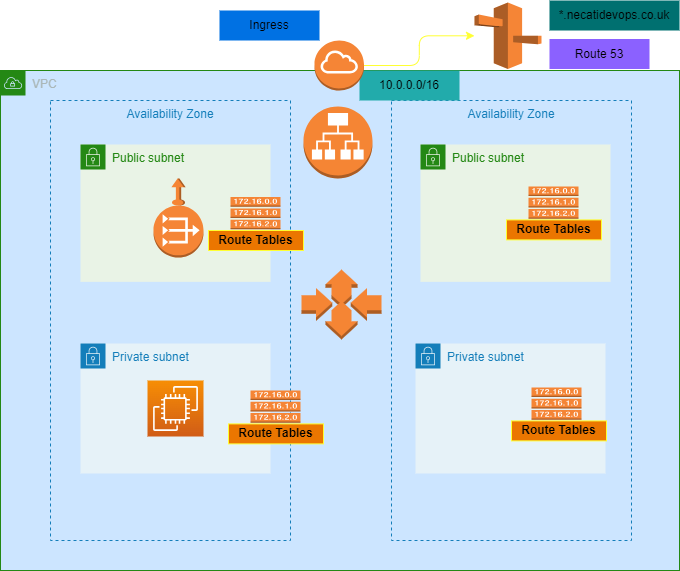
Before: eks-infra.png, a diagram exported from draw.io (Nec2005/whoami-app-deploy-cicd). Source tidied: cells renumbered, new cells last; positions are measured from the earlier drawing's top-left corner, leaving out a move shared by most shapes. Source of this version:
```xml
<mxGraphModel>
  <root>
    <mxCell id="0" />
    <mxCell id="1" parent="0" />
    <mxCell id="2" value="VPC" style="gradientColor=none;html=1;whiteSpace=wrap;fontSize=12;fontStyle=0;shape=mxgraph.aws4.group;grIcon=mxgraph.aws4.group_vpc;strokeColor=#248814;fillColor=#CCE5FF;verticalAlign=top;align=left;spacingLeft=30;fontColor=#AAB7B8;dashed=0;" parent="1" vertex="1">
      <mxGeometry y="70" width="679" height="500" as="geometry" />
    </mxCell>
    <mxCell id="3" value="Availability Zone" style="fillColor=none;strokeColor=#147EBA;dashed=1;verticalAlign=top;fontStyle=0;fontColor=#147EBA;" parent="2" vertex="1">
      <mxGeometry x="391" y="30" width="240" height="440" as="geometry" />
    </mxCell>
    <mxCell id="4" value="Public subnet" style="gradientColor=none;html=1;whiteSpace=wrap;fontSize=12;fontStyle=0;shape=mxgraph.aws4.group;grIcon=mxgraph.aws4.group_security_group;grStroke=0;strokeColor=#248814;fillColor=#E9F3E6;verticalAlign=top;align=left;spacingLeft=30;fontColor=#248814;dashed=0;" parent="2" vertex="1">
      <mxGeometry x="420" y="74" width="190" height="137.4" as="geometry" />
    </mxCell>
    <mxCell id="5" value="Private subnet" style="gradientColor=none;html=1;whiteSpace=wrap;fontSize=12;fontStyle=0;shape=mxgraph.aws4.group;grIcon=mxgraph.aws4.group_security_group;grStroke=0;strokeColor=#147EBA;fillColor=#E6F2F8;verticalAlign=top;align=left;spacingLeft=30;fontColor=#147EBA;dashed=0;" parent="2" vertex="1">
      <mxGeometry x="415" y="273" width="190" height="130" as="geometry" />
    </mxCell>
    <mxCell id="6" style="group;" parent="2" vertex="1">
      <mxGeometry x="506" y="116" width="95" height="53.4" as="geometry" />
    </mxCell>
    <mxCell id="7" style="dashed=0;verticalLabelPosition=bottom;verticalAlign=top;align=center;html=1;shape=mxgraph.aws3.route_table;fillColor=#F58536;gradientColor=none;" parent="6" vertex="1">
      <mxGeometry x="22" width="50" height="32.2" as="geometry" />
    </mxCell>
    <mxCell id="8" value="&lt;b&gt;Route Tables&lt;/b&gt;" style="text;strokeColor=#FFFF33;align=center;fillColor=#EB7600;html=1;verticalAlign=middle;whiteSpace=wrap;rounded=0;" parent="6" vertex="1">
      <mxGeometry y="33.4" width="95" height="20" as="geometry" />
    </mxCell>
    <mxCell id="9" style="group;" parent="2" vertex="1">
      <mxGeometry x="511" y="317" width="95" height="53.4" as="geometry" />
    </mxCell>
    <mxCell id="10" style="dashed=0;verticalLabelPosition=bottom;verticalAlign=top;align=center;html=1;shape=mxgraph.aws3.route_table;fillColor=#F58536;gradientColor=none;" parent="9" vertex="1">
      <mxGeometry x="20" width="50" height="32.2" as="geometry" />
    </mxCell>
    <mxCell id="11" value="&lt;b&gt;Route Tables&lt;/b&gt;" style="text;strokeColor=#FFFF33;align=center;fillColor=#EB7600;html=1;verticalAlign=middle;whiteSpace=wrap;rounded=0;" parent="9" vertex="1">
      <mxGeometry y="33.4" width="95" height="20" as="geometry" />
    </mxCell>
    <mxCell id="12" value="10.0.0.0/16" style="text;strokeColor=none;align=center;fillColor=#22ABAB;html=1;verticalAlign=middle;whiteSpace=wrap;rounded=0;" parent="2" vertex="1">
      <mxGeometry x="359" width="100" height="30" as="geometry" />
    </mxCell>
    <mxCell id="13" value="Availability Zone" style="fillColor=none;strokeColor=#147EBA;dashed=1;verticalAlign=top;fontStyle=0;fontColor=#147EBA;" parent="2" vertex="1">
      <mxGeometry x="50" y="30" width="240" height="440" as="geometry" />
    </mxCell>
    <mxCell id="14" value="Public subnet" style="gradientColor=none;html=1;whiteSpace=wrap;fontSize=12;fontStyle=0;shape=mxgraph.aws4.group;grIcon=mxgraph.aws4.group_security_group;grStroke=0;strokeColor=#248814;fillColor=#E9F3E6;verticalAlign=top;align=left;spacingLeft=30;fontColor=#248814;dashed=0;" parent="2" vertex="1">
      <mxGeometry x="80" y="74" width="190" height="137.4" as="geometry" />
    </mxCell>
    <mxCell id="15" value="Private subnet" style="gradientColor=none;html=1;whiteSpace=wrap;fontSize=12;fontStyle=0;shape=mxgraph.aws4.group;grIcon=mxgraph.aws4.group_security_group;grStroke=0;strokeColor=#147EBA;fillColor=#E6F2F8;verticalAlign=top;align=left;spacingLeft=30;fontColor=#147EBA;dashed=0;" parent="2" vertex="1">
      <mxGeometry x="80" y="273" width="190" height="130" as="geometry" />
    </mxCell>
    <mxCell id="16" style="sketch=0;fontColor=#232F3E;gradientColor=#F78E04;gradientDirection=north;fillColor=#D05C17;strokeColor=#ffffff;dashed=0;verticalLabelPosition=bottom;verticalAlign=top;align=center;html=1;fontSize=12;fontStyle=0;shape=mxgraph.aws4.resourceIcon;resIcon=mxgraph.aws4.ec2;" parent="2" vertex="1">
      <mxGeometry x="147" y="310" width="56" height="56" as="geometry" />
    </mxCell>
    <mxCell id="17" style="dashed=0;verticalLabelPosition=bottom;verticalAlign=top;align=center;html=1;shape=mxgraph.aws3.vpc_nat_gateway;fillColor=#F58536;gradientColor=none;" parent="2" vertex="1">
      <mxGeometry x="153" y="135" width="50" height="52" as="geometry" />
    </mxCell>
    <mxCell id="18" style="dashed=0;verticalLabelPosition=bottom;verticalAlign=top;align=center;html=1;shape=mxgraph.aws3.elastic_ip;fillColor=#F58534;gradientColor=none;direction=north;" parent="2" vertex="1">
      <mxGeometry x="170.9" y="107.9" width="14.2" height="27.1" as="geometry" />
    </mxCell>
    <mxCell id="19" style="group;" parent="2" vertex="1">
      <mxGeometry x="208" y="126.6" width="95" height="53.4" as="geometry" />
    </mxCell>
    <mxCell id="20" style="dashed=0;verticalLabelPosition=bottom;verticalAlign=top;align=center;html=1;shape=mxgraph.aws3.route_table;fillColor=#F58536;gradientColor=none;" parent="19" vertex="1">
      <mxGeometry x="22" width="50" height="32.2" as="geometry" />
    </mxCell>
    <mxCell id="21" value="&lt;b&gt;Route Tables&lt;/b&gt;" style="text;strokeColor=#FFFF33;align=center;fillColor=#EB7600;html=1;verticalAlign=middle;whiteSpace=wrap;rounded=0;" parent="19" vertex="1">
      <mxGeometry y="33.4" width="95" height="20" as="geometry" />
    </mxCell>
    <mxCell id="22" style="group;" parent="2" vertex="1">
      <mxGeometry x="228" y="320" width="95" height="53.4" as="geometry" />
    </mxCell>
    <mxCell id="23" style="dashed=0;verticalLabelPosition=bottom;verticalAlign=top;align=center;html=1;shape=mxgraph.aws3.route_table;fillColor=#F58536;gradientColor=none;" parent="22" vertex="1">
      <mxGeometry x="22" width="50" height="32.2" as="geometry" />
    </mxCell>
    <mxCell id="24" value="&lt;b&gt;Route Tables&lt;/b&gt;" style="text;strokeColor=#FFFF33;align=center;fillColor=#EB7600;html=1;verticalAlign=middle;whiteSpace=wrap;rounded=0;" parent="22" vertex="1">
      <mxGeometry y="33.4" width="95" height="20" as="geometry" />
    </mxCell>
    <mxCell id="25" style="dashed=0;verticalLabelPosition=bottom;verticalAlign=top;align=center;html=1;shape=mxgraph.aws3.auto_scaling;fillColor=#F58534;gradientColor=none;" parent="2" vertex="1">
      <mxGeometry x="301" y="199" width="80" height="70" as="geometry" />
    </mxCell>
    <mxCell id="26" style="dashed=0;verticalLabelPosition=bottom;verticalAlign=top;align=center;html=1;shape=mxgraph.aws3.application_load_balancer;fillColor=#F58534;gradientColor=none;" parent="2" vertex="1">
      <mxGeometry x="303" y="35.9" width="69" height="72" as="geometry" />
    </mxCell>
    <mxCell id="27" style="edgeStyle=orthogonalEdgeStyle;html=1;fillColor=#282130;strokeColor=#FFFF33;" parent="1" edge="1" source="28" target="30">
      <mxGeometry relative="1" as="geometry" />
    </mxCell>
    <mxCell id="28" style="outlineConnect=0;dashed=0;verticalLabelPosition=bottom;verticalAlign=top;align=center;html=1;shape=mxgraph.aws3.internet_gateway;fillColor=#F58536;gradientColor=none;" parent="1" vertex="1">
      <mxGeometry x="314" y="40" width="49.5" height="50" as="geometry" />
    </mxCell>
    <mxCell id="29" value="Ingress" style="text;strokeColor=none;align=center;fillColor=#0071E3;html=1;verticalAlign=middle;whiteSpace=wrap;rounded=0;" parent="1" vertex="1">
      <mxGeometry x="219" y="10" width="100" height="30" as="geometry" />
    </mxCell>
    <mxCell id="30" style="outlineConnect=0;dashed=0;verticalLabelPosition=bottom;verticalAlign=top;align=center;html=1;shape=mxgraph.aws3.route_53;fillColor=#F58536;gradientColor=none;" parent="1" vertex="1">
      <mxGeometry x="474" y="2" width="67" height="66.5" as="geometry" />
    </mxCell>
    <mxCell id="31" value="Route 53" style="text;strokeColor=none;align=center;fillColor=#8B61FF;html=1;verticalAlign=middle;whiteSpace=wrap;rounded=0;" parent="1" vertex="1">
      <mxGeometry x="549" y="38.5" width="100" height="30" as="geometry" />
    </mxCell>
    <mxCell id="32" value="*.necatidevops.co.uk" style="text;strokeColor=none;align=center;fillColor=#007070;html=1;verticalAlign=middle;whiteSpace=wrap;rounded=0;" parent="1" vertex="1">
      <mxGeometry x="549" width="130" height="30" as="geometry" />
    </mxCell>
  </root>
</mxGraphModel>
```
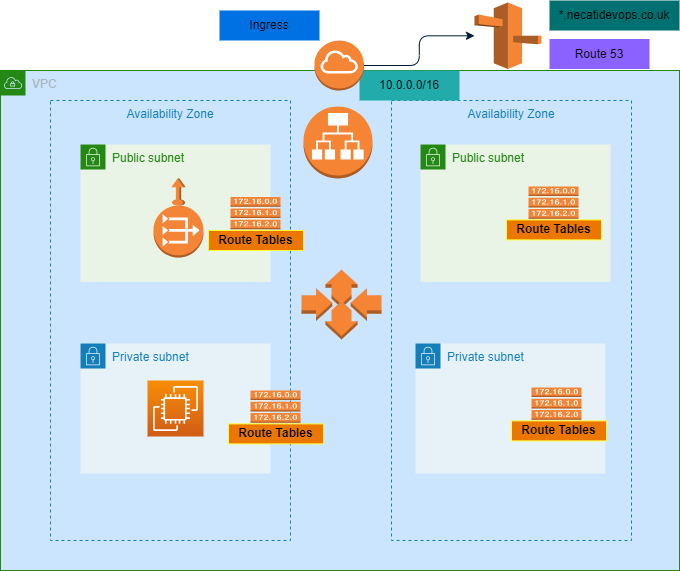
The same file after the commit.

The edit, as a diff of the source:
```diff
@@ -77,7 +77,7 @@
     <mxCell id="26" style="dashed=0;verticalLabelPosition=bottom;verticalAlign=top;align=center;html=1;shape=mxgraph.aws3.application_load_balancer;fillColor=#F58534;gradientColor=none;" parent="2" vertex="1">
       <mxGeometry x="303" y="35.9" width="69" height="72" as="geometry" />
     </mxCell>
-    <mxCell id="27" style="edgeStyle=orthogonalEdgeStyle;html=1;fillColor=#282130;strokeColor=#FFFF33;" parent="1" edge="1" source="28" target="30">
+    <mxCell id="27" style="edgeStyle=orthogonalEdgeStyle;html=1;fillColor=#282130;strokeColor=#001933;" parent="1" edge="1" source="28" target="30">
       <mxGeometry relative="1" as="geometry" />
     </mxCell>
     <mxCell id="28" style="outlineConnect=0;dashed=0;verticalLabelPosition=bottom;verticalAlign=top;align=center;html=1;shape=mxgraph.aws3.internet_gateway;fillColor=#F58536;gradientColor=none;" parent="1" vertex="1">
```
